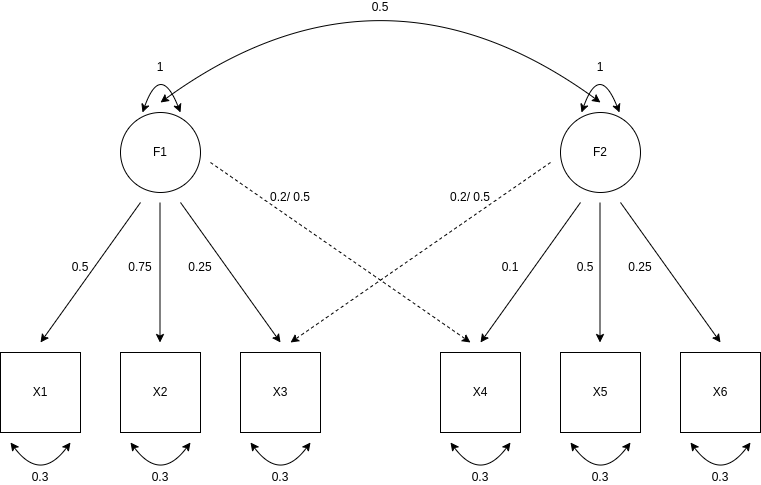
The draw.io diagram Rmd/figures/model.png in JMBKoch/1vs2StepBayesianRegSEM, before a commit. Source tidied: cells renumbered, new cells last; positions are measured from the earlier drawing's top-left corner, leaving out a move shared by most shapes.
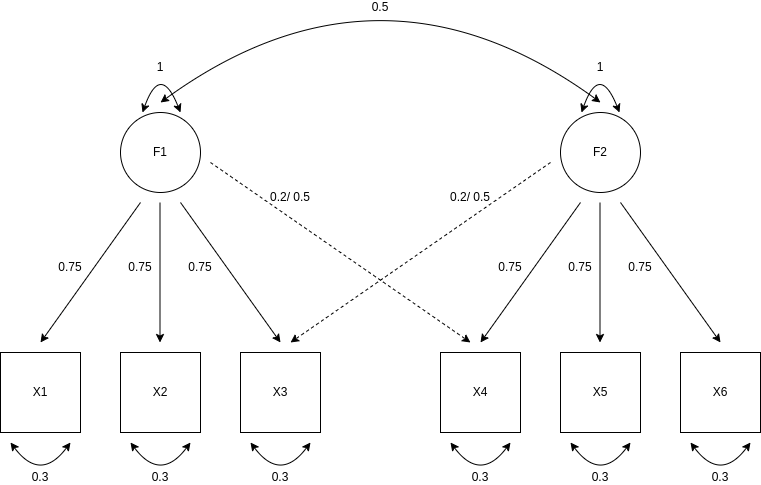
The same file after the commit.

What changed in the source:
```diff
@@ -169,24 +169,9 @@
     <mxCell id="33" value="0.3" style="text;html=1;strokeColor=none;fillColor=none;align=center;verticalAlign=middle;whiteSpace=wrap;rounded=0;" parent="1" vertex="1">
       <mxGeometry x="690" y="530" width="60" height="10" as="geometry" />
     </mxCell>
-    <mxCell id="34" value="0.5" style="text;html=1;strokeColor=none;fillColor=none;align=center;verticalAlign=middle;whiteSpace=wrap;rounded=0;" parent="1" vertex="1">
-      <mxGeometry x="50" y="320" width="60" height="10" as="geometry" />
+    <mxCell id="34" value="0.75" style="text;html=1;strokeColor=none;fillColor=none;align=center;verticalAlign=middle;whiteSpace=wrap;rounded=0;" parent="1" vertex="1">
+      <mxGeometry x="40" y="320" width="60" height="10" as="geometry" />
     </mxCell>
-    <mxCell id="35" value="0.75&lt;br&gt;" style="text;html=1;strokeColor=none;fillColor=none;align=center;verticalAlign=middle;whiteSpace=wrap;rounded=0;" parent="1" vertex="1">
-      <mxGeometry x="110" y="320" width="60" height="10" as="geometry" />
-    </mxCell>
-    <mxCell id="36" value="0.25" style="text;html=1;strokeColor=none;fillColor=none;align=center;verticalAlign=middle;whiteSpace=wrap;rounded=0;" parent="1" vertex="1">
-      <mxGeometry x="170" y="320" width="60" height="10" as="geometry" />
-    </mxCell>
-    <mxCell id="37" value="0.1" style="text;html=1;strokeColor=none;fillColor=none;align=center;verticalAlign=middle;whiteSpace=wrap;rounded=0;" parent="1" vertex="1">
-      <mxGeometry x="480" y="320" width="60" height="10" as="geometry" />
-    </mxCell>
-    <mxCell id="38" value="0.5" style="text;html=1;strokeColor=none;fillColor=none;align=center;verticalAlign=middle;whiteSpace=wrap;rounded=0;" parent="1" vertex="1">
-      <mxGeometry x="550" y="320" width="70" height="10" as="geometry" />
-    </mxCell>
-    <mxCell id="39" value="0.25" style="text;html=1;strokeColor=none;fillColor=none;align=center;verticalAlign=middle;whiteSpace=wrap;rounded=0;" parent="1" vertex="1">
-      <mxGeometry x="610" y="320" width="60" height="10" as="geometry" />
-    </mxCell>
     <mxCell id="40" style="endArrow=classic;html=1;rounded=0;dashed=1;" parent="1" edge="1">
       <mxGeometry relative="1" as="geometry">
         <mxPoint x="210" y="220" as="sourcePoint" />
@@ -205,5 +190,20 @@
     <mxCell id="43" value="0.2/ 0.5" style="text;html=1;strokeColor=none;fillColor=none;align=center;verticalAlign=middle;whiteSpace=wrap;rounded=0;" parent="1" vertex="1">
       <mxGeometry x="440" y="250" width="60" height="10" as="geometry" />
     </mxCell>
+    <mxCell id="44" value="0.75" style="text;html=1;strokeColor=none;fillColor=none;align=center;verticalAlign=middle;whiteSpace=wrap;rounded=0;" parent="1" vertex="1">
+      <mxGeometry x="110" y="320" width="60" height="10" as="geometry" />
+    </mxCell>
+    <mxCell id="45" value="0.75" style="text;html=1;strokeColor=none;fillColor=none;align=center;verticalAlign=middle;whiteSpace=wrap;rounded=0;" parent="1" vertex="1">
+      <mxGeometry x="170" y="320" width="60" height="10" as="geometry" />
+    </mxCell>
+    <mxCell id="46" value="0.75" style="text;html=1;strokeColor=none;fillColor=none;align=center;verticalAlign=middle;whiteSpace=wrap;rounded=0;" parent="1" vertex="1">
+      <mxGeometry x="480" y="320" width="60" height="10" as="geometry" />
+    </mxCell>
+    <mxCell id="47" value="0.75" style="text;html=1;strokeColor=none;fillColor=none;align=center;verticalAlign=middle;whiteSpace=wrap;rounded=0;" parent="1" vertex="1">
+      <mxGeometry x="610" y="320" width="60" height="10" as="geometry" />
+    </mxCell>
+    <mxCell id="48" value="0.75" style="text;html=1;strokeColor=none;fillColor=none;align=center;verticalAlign=middle;whiteSpace=wrap;rounded=0;" parent="1" vertex="1">
+      <mxGeometry x="550" y="320" width="60" height="10" as="geometry" />
+    </mxCell>
   </root>
 </mxGraphModel>
```
